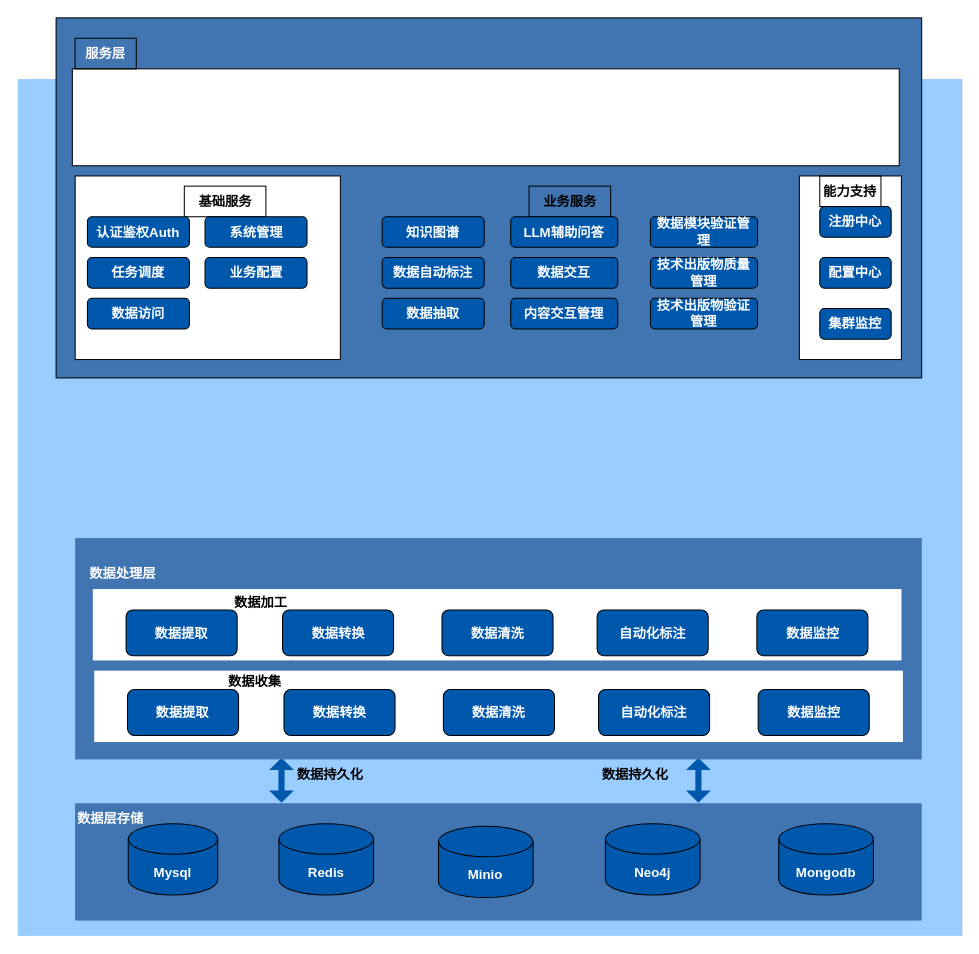
Above: 数据检索与维修数据服/数据检索与维修数据服务技术架构图.drawio in DemonHan/KuickBuy (draw.io), before the change. Source tidied: cells renumbered, new cells numbered last; positions are measured from the earlier drawing's top-left corner, leaving out a move shared by most shapes. Both pictures are drawn from the tidied source at 102%, with x=0, y=0 at pixel (17, 17).
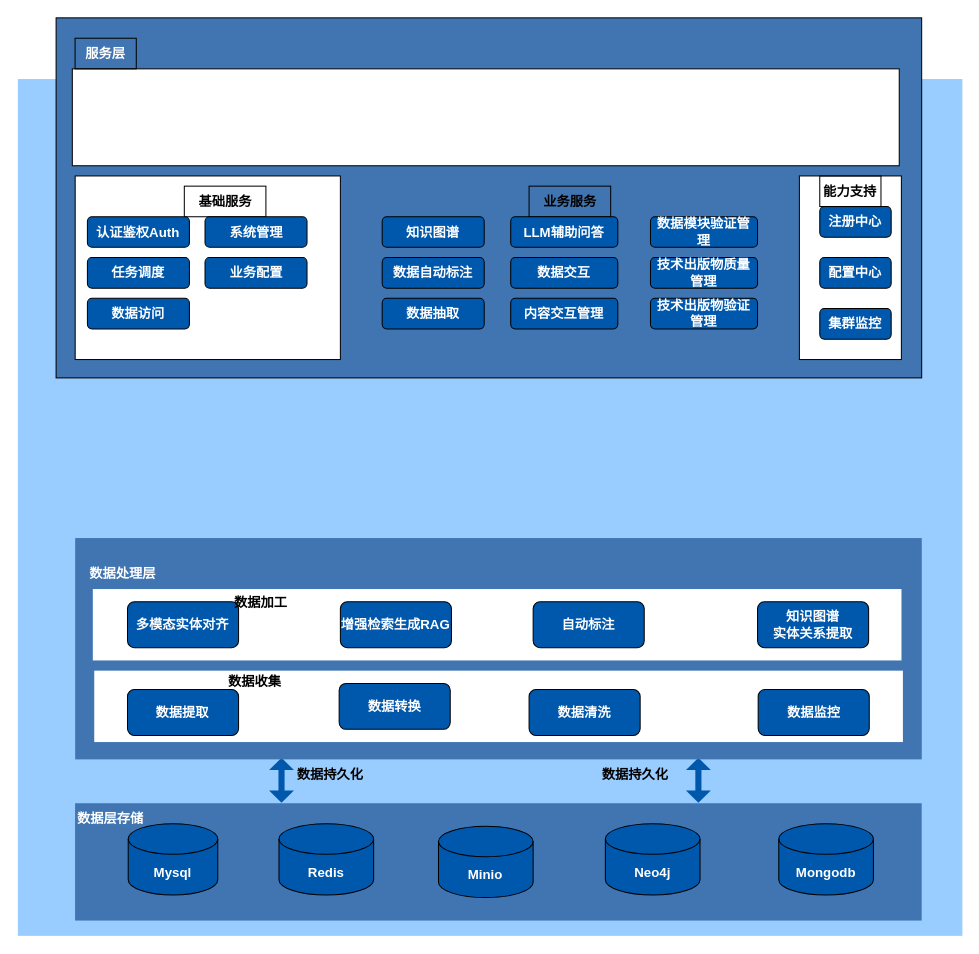
Above is the later version.

Commit message (it also covers changes not shown here):
更新数据检索与维修数据服务技术架构图.drawio

Diff of the diagram source:
```diff
@@
     <mxCell id="44" value="数据转换" style="rounded=1;whiteSpace=wrap;html=1;fontStyle=1;fontSize=13;strokeColor=default;fillColor=#0058AC;fontColor=#FFFFFF;" parent="1" vertex="1">
-      <mxGeometry x="260.9" y="658.5" width="108.9" height="45" as="geometry" />
+      <mxGeometry x="315" y="652.5" width="108.9" height="45" as="geometry" />
     </mxCell>
     <mxCell id="45" value="数据清洗" style="rounded=1;whiteSpace=wrap;html=1;fontStyle=1;fontSize=13;strokeColor=default;fillColor=#0058AC;fontColor=#FFFFFF;" parent="1" vertex="1">
-      <mxGeometry x="417.2" y="658.5" width="108.9" height="45" as="geometry" />
+      <mxGeometry x="501.2" y="658.5" width="108.9" height="45" as="geometry" />
     </mxCell>
-    <mxCell id="46" value="自动化标注" style="rounded=1;whiteSpace=wrap;html=1;fontStyle=1;fontSize=13;strokeColor=default;fillColor=#0058AC;fontColor=#FFFFFF;" parent="1" vertex="1">
-      <mxGeometry x="569.3" y="658.5" width="108.9" height="45" as="geometry" />
-    </mxCell>
@@
-    <mxCell id="49" value="数据提取" style="rounded=1;whiteSpace=wrap;html=1;fontStyle=1;fontSize=13;strokeColor=default;fillColor=#0058AC;fontColor=#FFFFFF;" parent="1" vertex="1">
-      <mxGeometry x="106.1" y="580.5" width="108.9" height="45" as="geometry" />
+    <mxCell id="49" value="多模态实体对齐" style="rounded=1;whiteSpace=wrap;html=1;fontStyle=1;fontSize=13;strokeColor=default;fillColor=#0058AC;fontColor=#FFFFFF;" parent="1" vertex="1">
+      <mxGeometry x="107.5" y="572.5" width="108.9" height="45" as="geometry" />
     </mxCell>
-    <mxCell id="50" value="数据转换" style="rounded=1;whiteSpace=wrap;html=1;fontStyle=1;fontSize=13;strokeColor=default;fillColor=#0058AC;fontColor=#FFFFFF;" parent="1" vertex="1">
-      <mxGeometry x="259.5" y="580.5" width="108.9" height="45" as="geometry" />
+    <mxCell id="50" value="增强检索生成RAG" style="rounded=1;whiteSpace=wrap;html=1;fontStyle=1;fontSize=13;strokeColor=default;fillColor=#0058AC;fontColor=#FFFFFF;" parent="1" vertex="1">
+      <mxGeometry x="316.2" y="572.5" width="108.9" height="45" as="geometry" />
     </mxCell>
-    <mxCell id="51" value="数据清洗" style="rounded=1;whiteSpace=wrap;html=1;fontStyle=1;fontSize=13;strokeColor=default;fillColor=#0058AC;fontColor=#FFFFFF;" parent="1" vertex="1">
-      <mxGeometry x="415.8" y="580.5" width="108.9" height="45" as="geometry" />
+    <mxCell id="51" value="自动标注" style="rounded=1;whiteSpace=wrap;html=1;fontStyle=1;fontSize=13;strokeColor=default;fillColor=#0058AC;fontColor=#FFFFFF;" parent="1" vertex="1">
+      <mxGeometry x="505.2" y="572.5" width="108.9" height="45" as="geometry" />
     </mxCell>
-    <mxCell id="52" value="自动化标注" style="rounded=1;whiteSpace=wrap;html=1;fontStyle=1;fontSize=13;strokeColor=default;fillColor=#0058AC;fontColor=#FFFFFF;" parent="1" vertex="1">
-      <mxGeometry x="567.9" y="580.5" width="108.9" height="45" as="geometry" />
+    <mxCell id="52" value="知识图谱&lt;div&gt;实体关系提取&lt;/div&gt;" style="rounded=1;whiteSpace=wrap;html=1;fontStyle=1;fontSize=13;strokeColor=default;fillColor=#0058AC;fontColor=#FFFFFF;" parent="1" vertex="1">
+      <mxGeometry x="725.2" y="572.5" width="108.9" height="45" as="geometry" />
     </mxCell>
-    <mxCell id="53" value="数据监控" style="rounded=1;whiteSpace=wrap;html=1;fontStyle=1;fontSize=13;strokeColor=default;fillColor=#0058AC;fontColor=#FFFFFF;" parent="1" vertex="1">
-      <mxGeometry x="724.5" y="580.5" width="108.9" height="45" as="geometry" />
-    </mxCell>
```
